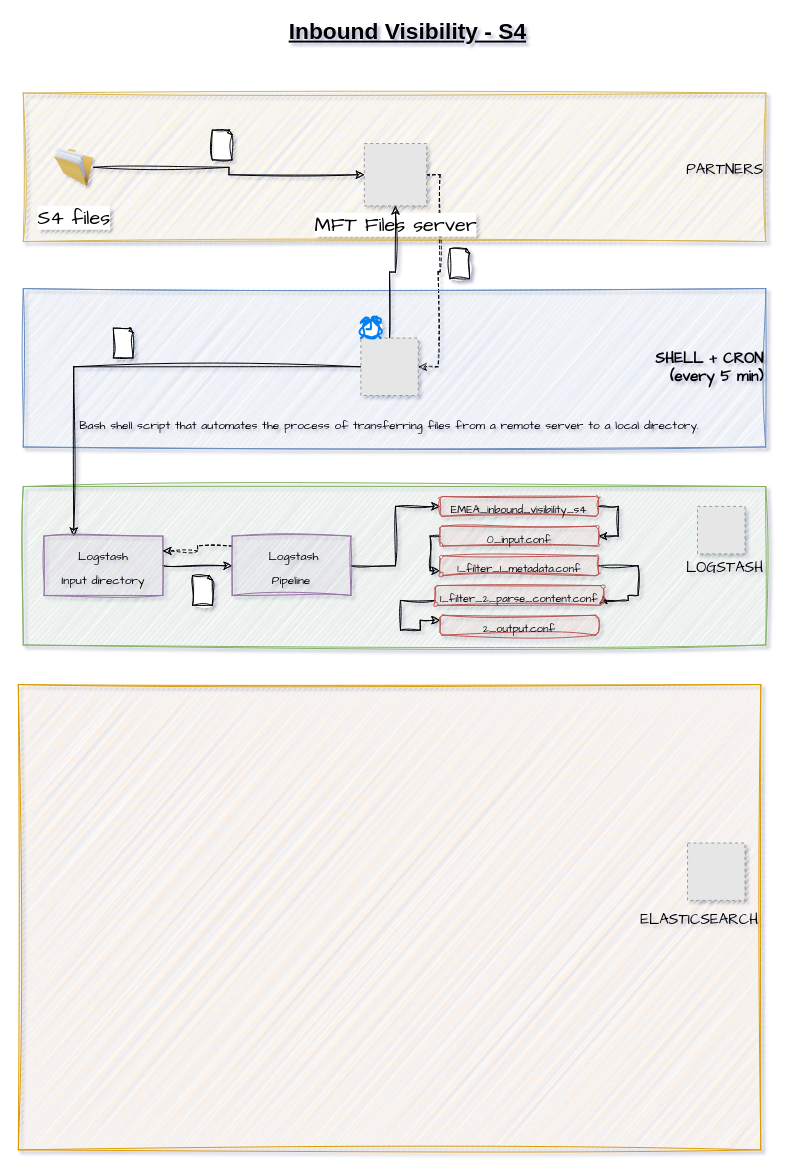
This is Inbound_Visibility-S4.drawio from baranharis/Diagram-LOREAL, a draw.io file, before an edit. Source tidied: cells renumbered, new cells numbered last; positions are measured from the earlier drawing's top-left corner, leaving out a move shared by most shapes. Both pictures are drawn from the tidied source at 99%, with x=0, y=0 at pixel (18, 21). Pictures stored in the file or linked from it are replaced by grey dashed boxes.
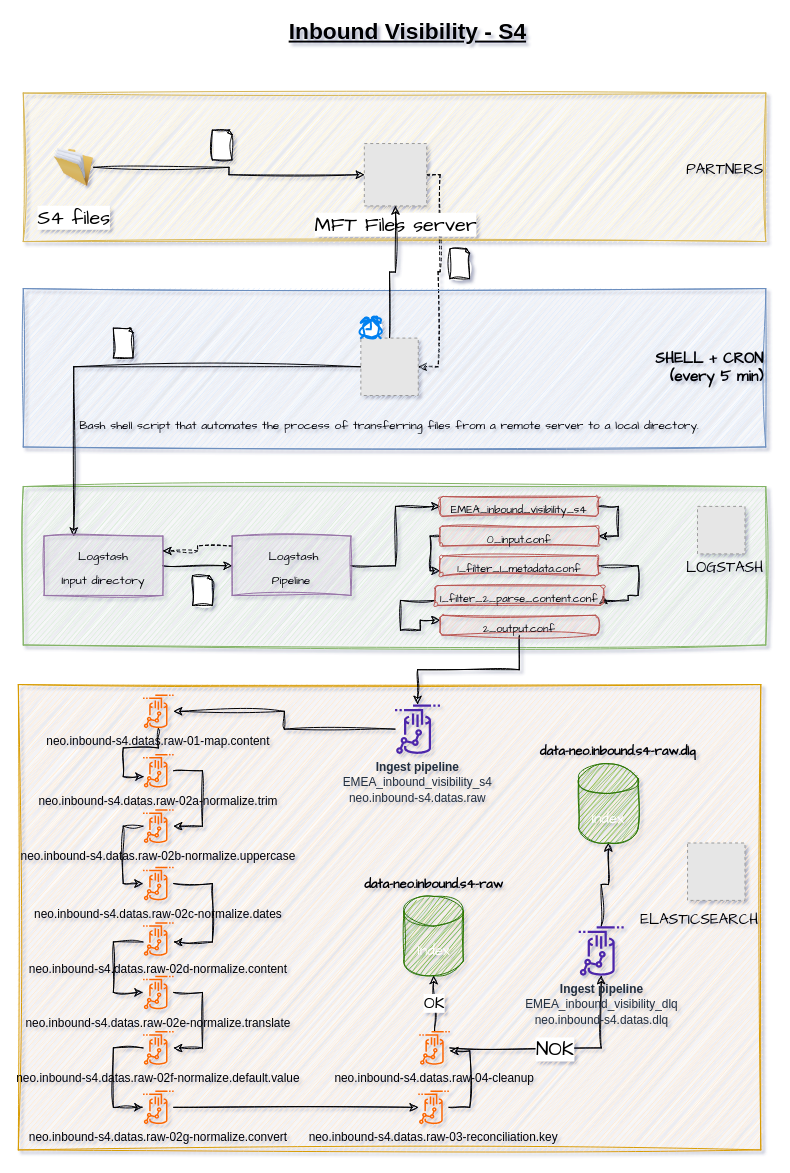
The same diagram, later.

Commit message (it also covers changes not shown here):
Mettre à jour Inbound_Visibility-S4.drawio

The change refers to these unchanged cells:
```xml
<mxCell id="33" value="&lt;font style=&quot;font-size: 11px;&quot;&gt;2_output.conf&lt;/font&gt;" style="rounded=1;whiteSpace=wrap;html=1;sketch=1;hachureGap=4;jiggle=2;curveFitting=1;fontFamily=Architects Daughter;fontSize=20;fillColor=#f8cecc;strokeColor=#b85450;" parent="1" vertex="1">
  <mxGeometry x="426" y="600" width="160" height="20" as="geometry" />
</mxCell>
```

The edit, as a diff of the source:
```diff
@@
+    <mxCell id="36" style="edgeStyle=orthogonalEdgeStyle;rounded=0;sketch=1;hachureGap=4;jiggle=2;curveFitting=1;jettySize=auto;html=1;fontFamily=Architects Daughter;fontSize=16;" parent="1" edge="1" source="33" target="38">
+      <mxGeometry relative="1" as="geometry" />
+    </mxCell>
@@
+    <mxCell id="37" style="edgeStyle=orthogonalEdgeStyle;rounded=0;sketch=1;hachureGap=4;jiggle=2;curveFitting=1;jettySize=auto;html=1;fontFamily=Architects Daughter;fontSize=16;" parent="1" edge="1" source="38" target="56">
+      <mxGeometry relative="1" as="geometry" />
+    </mxCell>
+    <mxCell id="38" value="&lt;span style=&quot;border-color: var(--border-color); font-family: Helvetica;&quot;&gt;&lt;b&gt;Ingest pipeline&lt;/b&gt;&lt;br&gt;EMEA_inbound_visibility_s4&lt;br&gt;&lt;/span&gt;&lt;font face=&quot;Helvetica&quot;&gt;neo.inbound-s4.datas.raw&lt;/font&gt;" style="sketch=0;outlineConnect=0;fontColor=#232F3E;gradientColor=none;fillColor=#4D27AA;strokeColor=none;dashed=0;verticalLabelPosition=bottom;verticalAlign=top;align=center;html=1;fontSize=12;fontStyle=0;shape=mxgraph.aws4.redshift_streaming_ingestion;hachureGap=4;jiggle=2;curveFitting=1;fontFamily=Architects Daughter;" parent="1" vertex="1">
+      <mxGeometry x="380.5" y="690" width="45.5" height="50" as="geometry" />
+    </mxCell>
+    <mxCell id="39" style="edgeStyle=orthogonalEdgeStyle;rounded=0;sketch=1;hachureGap=4;jiggle=2;curveFitting=1;jettySize=auto;html=1;fontFamily=Architects Daughter;fontSize=16;" parent="1" edge="1" source="40" target="60">
+      <mxGeometry relative="1" as="geometry">
+        <Array as="points">
+          <mxPoint x="456" y="1097" />
+          <mxPoint x="456" y="1040" />
+        </Array>
+      </mxGeometry>
+    </mxCell>
+    <mxCell id="40" value="neo.inbound-s4.datas.raw-03-reconciliation.key" style="sketch=0;outlineConnect=0;fillColor=#fa6800;strokeColor=#C73500;dashed=0;verticalLabelPosition=bottom;verticalAlign=top;align=center;html=1;fontSize=12;fontStyle=0;shape=mxgraph.aws4.redshift_streaming_ingestion;fontColor=#000000;" parent="1" vertex="1">
+      <mxGeometry x="404" y="1080" width="30.9" height="34" as="geometry" />
+    </mxCell>
+    <mxCell id="41" style="edgeStyle=orthogonalEdgeStyle;rounded=0;sketch=1;hachureGap=4;jiggle=2;curveFitting=1;jettySize=auto;html=1;fontFamily=Architects Daughter;fontSize=16;" parent="1" edge="1" source="42" target="40">
+      <mxGeometry relative="1" as="geometry" />
+    </mxCell>
+    <mxCell id="42" value="neo.inbound-s4.datas.raw-02g-normalize.convert" style="sketch=0;outlineConnect=0;fillColor=#fa6800;strokeColor=#C73500;dashed=0;verticalLabelPosition=bottom;verticalAlign=top;align=center;html=1;fontSize=12;fontStyle=0;shape=mxgraph.aws4.redshift_streaming_ingestion;fontColor=#000000;" parent="1" vertex="1">
+      <mxGeometry x="126" y="1080" width="30.9" height="34" as="geometry" />
+    </mxCell>
+    <mxCell id="43" style="edgeStyle=orthogonalEdgeStyle;rounded=0;sketch=1;hachureGap=4;jiggle=2;curveFitting=1;jettySize=auto;html=1;fontFamily=Architects Daughter;fontSize=16;" parent="1" edge="1" source="44" target="42">
+      <mxGeometry relative="1" as="geometry">
+        <Array as="points">
+          <mxPoint x="96" y="1037" />
+          <mxPoint x="96" y="1097" />
+        </Array>
+      </mxGeometry>
+    </mxCell>
+    <mxCell id="44" value="neo.inbound-s4.datas.raw-02f-normalize.default.value" style="sketch=0;outlineConnect=0;fillColor=#fa6800;strokeColor=#C73500;dashed=0;verticalLabelPosition=bottom;verticalAlign=top;align=center;html=1;fontSize=12;fontStyle=0;shape=mxgraph.aws4.redshift_streaming_ingestion;fontColor=#000000;" parent="1" vertex="1">
+      <mxGeometry x="126" y="1020" width="30.9" height="34" as="geometry" />
+    </mxCell>
+    <mxCell id="45" style="edgeStyle=orthogonalEdgeStyle;rounded=0;sketch=1;hachureGap=4;jiggle=2;curveFitting=1;jettySize=auto;html=1;fontFamily=Architects Daughter;fontSize=16;" parent="1" edge="1" source="46" target="44">
+      <mxGeometry relative="1" as="geometry">
+        <Array as="points">
+          <mxPoint x="186" y="981" />
+          <mxPoint x="186" y="1037" />
+        </Array>
+      </mxGeometry>
+    </mxCell>
+    <mxCell id="46" value="neo.inbound-s4.datas.raw-02e-normalize.translate" style="sketch=0;outlineConnect=0;fillColor=#fa6800;strokeColor=#C73500;dashed=0;verticalLabelPosition=bottom;verticalAlign=top;align=center;html=1;fontSize=12;fontStyle=0;shape=mxgraph.aws4.redshift_streaming_ingestion;fontColor=#000000;" parent="1" vertex="1">
+      <mxGeometry x="126" y="964" width="30.9" height="34" as="geometry" />
+    </mxCell>
+    <mxCell id="47" style="edgeStyle=orthogonalEdgeStyle;rounded=0;sketch=1;hachureGap=4;jiggle=2;curveFitting=1;jettySize=auto;html=1;fontFamily=Architects Daughter;fontSize=16;" parent="1" edge="1" source="48" target="46">
+      <mxGeometry relative="1" as="geometry">
+        <Array as="points">
+          <mxPoint x="96" y="930" />
+          <mxPoint x="96" y="981" />
+        </Array>
+      </mxGeometry>
+    </mxCell>
+    <mxCell id="48" value="neo.inbound-s4.datas.raw-02d-normalize.content" style="sketch=0;outlineConnect=0;fillColor=#fa6800;strokeColor=#C73500;dashed=0;verticalLabelPosition=bottom;verticalAlign=top;align=center;html=1;fontSize=12;fontStyle=0;shape=mxgraph.aws4.redshift_streaming_ingestion;fontColor=#000000;" parent="1" vertex="1">
+      <mxGeometry x="126" y="910" width="30.9" height="34" as="geometry" />
+    </mxCell>
+    <mxCell id="49" style="edgeStyle=orthogonalEdgeStyle;rounded=0;sketch=1;hachureGap=4;jiggle=2;curveFitting=1;jettySize=auto;html=1;fontFamily=Architects Daughter;fontSize=16;" parent="1" edge="1" source="50" target="48">
+      <mxGeometry relative="1" as="geometry">
+        <Array as="points">
+          <mxPoint x="196" y="871" />
+          <mxPoint x="196" y="930" />
+        </Array>
+      </mxGeometry>
+    </mxCell>
+    <mxCell id="50" value="neo.inbound-s4.datas.raw-02c-normalize.dates" style="sketch=0;outlineConnect=0;fillColor=#fa6800;strokeColor=#C73500;dashed=0;verticalLabelPosition=bottom;verticalAlign=top;align=center;html=1;fontSize=12;fontStyle=0;shape=mxgraph.aws4.redshift_streaming_ingestion;fontColor=#000000;" parent="1" vertex="1">
+      <mxGeometry x="126" y="854" width="30.9" height="34" as="geometry" />
+    </mxCell>
+    <mxCell id="51" style="edgeStyle=orthogonalEdgeStyle;rounded=0;sketch=1;hachureGap=4;jiggle=2;curveFitting=1;jettySize=auto;html=1;fontFamily=Architects Daughter;fontSize=16;" parent="1" edge="1" source="52" target="50">
+      <mxGeometry relative="1" as="geometry">
+        <Array as="points">
+          <mxPoint x="106" y="813" />
+          <mxPoint x="106" y="871" />
+        </Array>
+      </mxGeometry>
+    </mxCell>
+    <mxCell id="52" value="neo.inbound-s4.datas.raw-02b-normalize.uppercase" style="sketch=0;outlineConnect=0;fillColor=#fa6800;strokeColor=#C73500;dashed=0;verticalLabelPosition=bottom;verticalAlign=top;align=center;html=1;fontSize=12;fontStyle=0;shape=mxgraph.aws4.redshift_streaming_ingestion;fontColor=#000000;" parent="1" vertex="1">
+      <mxGeometry x="126" y="796" width="30.9" height="34" as="geometry" />
+    </mxCell>
+    <mxCell id="53" style="edgeStyle=orthogonalEdgeStyle;rounded=0;sketch=1;hachureGap=4;jiggle=2;curveFitting=1;jettySize=auto;html=1;fontFamily=Architects Daughter;fontSize=16;" parent="1" edge="1" source="54" target="52">
+      <mxGeometry relative="1" as="geometry">
+        <Array as="points">
+          <mxPoint x="186" y="757" />
+          <mxPoint x="186" y="813" />
+        </Array>
+      </mxGeometry>
+    </mxCell>
+    <mxCell id="54" value="neo.inbound-s4.datas.raw-02a-normalize.trim" style="sketch=0;outlineConnect=0;fillColor=#fa6800;strokeColor=#C73500;dashed=0;verticalLabelPosition=bottom;verticalAlign=top;align=center;html=1;fontSize=12;fontStyle=0;shape=mxgraph.aws4.redshift_streaming_ingestion;fontColor=#000000;" parent="1" vertex="1">
+      <mxGeometry x="126" y="740" width="30.9" height="34" as="geometry" />
+    </mxCell>
+    <mxCell id="55" style="edgeStyle=orthogonalEdgeStyle;rounded=0;sketch=1;hachureGap=4;jiggle=2;curveFitting=1;jettySize=auto;html=1;entryX=0.032;entryY=0.676;entryDx=0;entryDy=0;entryPerimeter=0;fontFamily=Architects Daughter;fontSize=16;" parent="1" edge="1" source="56" target="54">
+      <mxGeometry relative="1" as="geometry" />
+    </mxCell>
+    <mxCell id="56" value="neo.inbound-s4.datas.raw-01-map.content" style="sketch=0;outlineConnect=0;fillColor=#fa6800;strokeColor=#C73500;dashed=0;verticalLabelPosition=bottom;verticalAlign=top;align=center;html=1;fontSize=12;fontStyle=0;shape=mxgraph.aws4.redshift_streaming_ingestion;fontColor=#000000;" parent="1" vertex="1">
+      <mxGeometry x="126" y="680" width="30.9" height="34" as="geometry" />
+    </mxCell>
+    <mxCell id="57" value="OK" style="edgeStyle=orthogonalEdgeStyle;rounded=0;sketch=1;hachureGap=4;jiggle=2;curveFitting=1;jettySize=auto;html=1;fontFamily=Architects Daughter;fontSize=16;" parent="1" edge="1" source="60" target="61">
+      <mxGeometry relative="1" as="geometry" />
+    </mxCell>
+    <mxCell id="58" style="edgeStyle=orthogonalEdgeStyle;rounded=0;sketch=1;hachureGap=4;jiggle=2;curveFitting=1;jettySize=auto;html=1;fontFamily=Architects Daughter;fontSize=16;" parent="1" edge="1" source="60" target="63">
+      <mxGeometry relative="1" as="geometry" />
+    </mxCell>
+    <mxCell id="59" value="NOK" style="edgeLabel;html=1;align=center;verticalAlign=middle;fontSize=20;fontFamily=Architects Daughter;" parent="58" vertex="1">
+      <mxGeometry x="-0.06" relative="1" as="geometry" />
+    </mxCell>
+    <mxCell id="60" value="neo.inbound-s4.datas.raw-04-cleanup" style="sketch=0;outlineConnect=0;fillColor=#fa6800;strokeColor=#C73500;dashed=0;verticalLabelPosition=bottom;verticalAlign=top;align=center;html=1;fontSize=12;fontStyle=0;shape=mxgraph.aws4.redshift_streaming_ingestion;fontColor=#000000;" parent="1" vertex="1">
+      <mxGeometry x="405" y="1020" width="30.9" height="34" as="geometry" />
+    </mxCell>
+    <mxCell id="61" value="&lt;font style=&quot;font-size: 15px;&quot;&gt;Index&lt;/font&gt;" style="shape=cylinder3;whiteSpace=wrap;html=1;boundedLbl=1;backgroundOutline=1;size=15;sketch=1;hachureGap=4;jiggle=2;curveFitting=1;fontFamily=Architects Daughter;fontSize=20;fillColor=#60a917;strokeColor=#2D7600;fontColor=#ffffff;" parent="1" vertex="1">
+      <mxGeometry x="389.5" y="884" width="60" height="80" as="geometry" />
+    </mxCell>
+    <mxCell id="62" style="edgeStyle=orthogonalEdgeStyle;rounded=0;sketch=1;hachureGap=4;jiggle=2;curveFitting=1;jettySize=auto;html=1;entryX=0.5;entryY=1;entryDx=0;entryDy=0;entryPerimeter=0;fontFamily=Architects Daughter;fontSize=16;" parent="1" edge="1" source="63" target="64">
+      <mxGeometry relative="1" as="geometry" />
+    </mxCell>
+    <mxCell id="63" value="&lt;span style=&quot;border-color: var(--border-color); font-family: Helvetica;&quot;&gt;&lt;b&gt;Ingest pipeline&lt;/b&gt;&lt;br&gt;EMEA_inbound_visibility_dlq&lt;br&gt;&lt;/span&gt;&lt;font face=&quot;Helvetica&quot;&gt;neo.inbound-s4.datas.dlq&lt;/font&gt;" style="sketch=0;outlineConnect=0;fontColor=#232F3E;gradientColor=none;fillColor=#4D27AA;strokeColor=none;dashed=0;verticalLabelPosition=bottom;verticalAlign=top;align=center;html=1;fontSize=12;fontStyle=0;shape=mxgraph.aws4.redshift_streaming_ingestion;hachureGap=4;jiggle=2;curveFitting=1;fontFamily=Architects Daughter;" parent="1" vertex="1">
+      <mxGeometry x="566" y="914" width="45.5" height="50" as="geometry" />
+    </mxCell>
+    <mxCell id="64" value="&lt;font style=&quot;font-size: 15px;&quot;&gt;Index&lt;/font&gt;" style="shape=cylinder3;whiteSpace=wrap;html=1;boundedLbl=1;backgroundOutline=1;size=15;sketch=1;hachureGap=4;jiggle=2;curveFitting=1;fontFamily=Architects Daughter;fontSize=20;fillColor=#60a917;strokeColor=#2D7600;fontColor=#ffffff;" parent="1" vertex="1">
+      <mxGeometry x="566" y="750" width="60" height="80" as="geometry" />
+    </mxCell>
+    <mxCell id="65" value="&lt;font style=&quot;font-size: 13px;&quot;&gt;&lt;b&gt;data-neo.inbound.s4-raw&lt;/b&gt;&lt;/font&gt;" style="text;html=1;strokeColor=none;fillColor=none;align=center;verticalAlign=middle;whiteSpace=wrap;rounded=0;fontSize=20;fontFamily=Architects Daughter;" parent="1" vertex="1">
+      <mxGeometry x="344.5" y="854" width="150" height="30" as="geometry" />
+    </mxCell>
+    <mxCell id="66" value="&lt;font style=&quot;font-size: 13px;&quot;&gt;&lt;b&gt;data-neo.inbound.s4-raw.dlq&lt;/b&gt;&lt;/font&gt;" style="text;html=1;strokeColor=none;fillColor=none;align=center;verticalAlign=middle;whiteSpace=wrap;rounded=0;fontSize=20;fontFamily=Architects Daughter;" parent="1" vertex="1">
+      <mxGeometry x="516" y="720" width="180" height="30" as="geometry" />
+    </mxCell>
```
